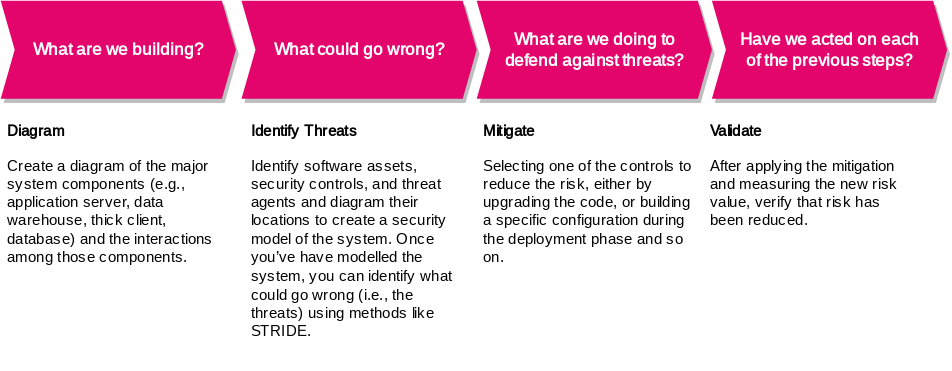
Before: threat-modelling/src/assets/threat-modelling-howto.svg, a diagram exported from draw.io (ToastShaman/zuhlke-camp-2022). Source tidied: cells renumbered, new cells last; positions are measured from the earlier drawing's top-left corner, leaving out a move shared by most shapes. Source of this version:
```xml
<mxGraphModel>
  <root>
    <mxCell id="0" />
    <mxCell id="1" parent="0" />
    <mxCell id="2" value="&lt;span&gt;What are we building?&lt;/span&gt;" style="html=1;shadow=1;dashed=0;align=center;verticalAlign=middle;shape=mxgraph.arrows2.arrow;dy=0;dx=10;notch=10;fillColor=#E3056C;strokeColor=none;fontColor=#FFFFFF;fontFamily=Inter;fontSource=https%3A%2F%2Ffonts.googleapis.com%2Fcss%3Ffamily%3DInter;fontStyle=1;" parent="1" vertex="1">
      <mxGeometry width="168" height="70" as="geometry" />
    </mxCell>
    <mxCell id="3" value="&lt;b&gt;What could go wrong?&lt;/b&gt;" style="html=1;shadow=1;dashed=0;align=center;verticalAlign=middle;shape=mxgraph.arrows2.arrow;dy=0;dx=10;notch=10;fillColor=#E3056C;strokeColor=none;fontColor=#FFFFFF;fontFamily=Inter;fontSource=https%3A%2F%2Ffonts.googleapis.com%2Fcss%3Ffamily%3DInter;" parent="1" vertex="1">
      <mxGeometry x="172" width="168" height="70" as="geometry" />
    </mxCell>
    <mxCell id="4" value="&lt;b&gt;What are we doing to &lt;br&gt;defend against threats?&lt;/b&gt;" style="html=1;shadow=1;dashed=0;align=center;verticalAlign=middle;shape=mxgraph.arrows2.arrow;dy=0;dx=10;notch=10;fillColor=#E3056C;strokeColor=none;fontColor=#FFFFFF;fontFamily=Inter;fontSource=https%3A%2F%2Ffonts.googleapis.com%2Fcss%3Ffamily%3DInter;" parent="1" vertex="1">
      <mxGeometry x="340" width="168" height="70" as="geometry" />
    </mxCell>
    <mxCell id="5" value="&lt;b&gt;Have we acted on each &lt;br&gt;of the previous steps?&lt;/b&gt;" style="html=1;shadow=1;dashed=0;align=center;verticalAlign=middle;shape=mxgraph.arrows2.arrow;dy=0;dx=10;notch=10;fillColor=#E3056C;strokeColor=none;fontColor=#FFFFFF;fontFamily=Inter;fontSource=https%3A%2F%2Ffonts.googleapis.com%2Fcss%3Ffamily%3DInter;" parent="1" vertex="1">
      <mxGeometry x="508" width="168" height="70" as="geometry" />
    </mxCell>
    <mxCell id="6" value="&lt;h1 style=&quot;font-size: 11px;&quot;&gt;Diagram&lt;br style=&quot;font-size: 11px;&quot;&gt;&lt;/h1&gt;&lt;p style=&quot;font-size: 11px;&quot;&gt;Create a diagram of the major system components (e.g., application server, data warehouse, thick client, database) and the interactions among those components.&lt;/p&gt;" style="text;html=1;strokeColor=none;fillColor=none;spacing=5;spacingTop=-20;whiteSpace=wrap;overflow=hidden;rounded=0;shadow=1;fontSize=11;fontFamily=Inter;fontSource=https%3A%2F%2Ffonts.googleapis.com%2Fcss%3Ffamily%3DInter;labelBackgroundColor=none;" parent="1" vertex="1">
      <mxGeometry y="90" width="158" height="150" as="geometry" />
    </mxCell>
    <mxCell id="7" value="&lt;h1 style=&quot;font-size: 11px;&quot;&gt;Identify Threats&lt;br style=&quot;font-size: 11px;&quot;&gt;&lt;/h1&gt;&lt;p&gt;Identify software assets, security controls, and threat agents and diagram their locations to create a security model of the system. Once you’ve have modelled the system, you can identify what could go wrong (i.e., the threats) using methods like STRIDE.&lt;/p&gt;&lt;p&gt;&lt;br&gt;&lt;/p&gt;" style="text;html=1;strokeColor=none;fillColor=none;spacing=5;spacingTop=-20;whiteSpace=wrap;overflow=hidden;rounded=0;shadow=1;fontSize=11;fontFamily=Inter;fontSource=https%3A%2F%2Ffonts.googleapis.com%2Fcss%3Ffamily%3DInter;labelBackgroundColor=none;" parent="1" vertex="1">
      <mxGeometry x="174.2" y="90" width="153.8" height="170" as="geometry" />
    </mxCell>
    <mxCell id="8" value="&lt;h1 style=&quot;font-size: 11px;&quot;&gt;Mitigate&lt;br style=&quot;font-size: 11px;&quot;&gt;&lt;/h1&gt;&lt;p style=&quot;font-size: 11px;&quot;&gt;Selecting one of the controls to reduce the risk, either by upgrading the code, or building a specific configuration during the deployment phase and so on.&lt;/p&gt;" style="text;html=1;strokeColor=none;fillColor=none;spacing=5;spacingTop=-20;whiteSpace=wrap;overflow=hidden;rounded=0;shadow=1;fontSize=11;fontFamily=Inter;fontSource=https%3A%2F%2Ffonts.googleapis.com%2Fcss%3Ffamily%3DInter;labelBackgroundColor=none;" parent="1" vertex="1">
      <mxGeometry x="340" y="90" width="158" height="130" as="geometry" />
    </mxCell>
    <mxCell id="9" value="&lt;h1 style=&quot;font-size: 11px;&quot;&gt;Validate&lt;br style=&quot;font-size: 11px;&quot;&gt;&lt;/h1&gt;&lt;p&gt;After applying the mitigation and measuring the new risk value, verify that risk has been reduced.&lt;/p&gt;&lt;p&gt;&lt;br&gt;&lt;/p&gt;" style="text;html=1;strokeColor=none;fillColor=none;spacing=5;spacingTop=-20;whiteSpace=wrap;overflow=hidden;rounded=0;shadow=1;fontSize=11;fontFamily=Inter;fontSource=https%3A%2F%2Ffonts.googleapis.com%2Fcss%3Ffamily%3DInter;labelBackgroundColor=none;" parent="1" vertex="1">
      <mxGeometry x="501.8" y="90" width="156.2" height="110" as="geometry" />
    </mxCell>
  </root>
</mxGraphModel>
```
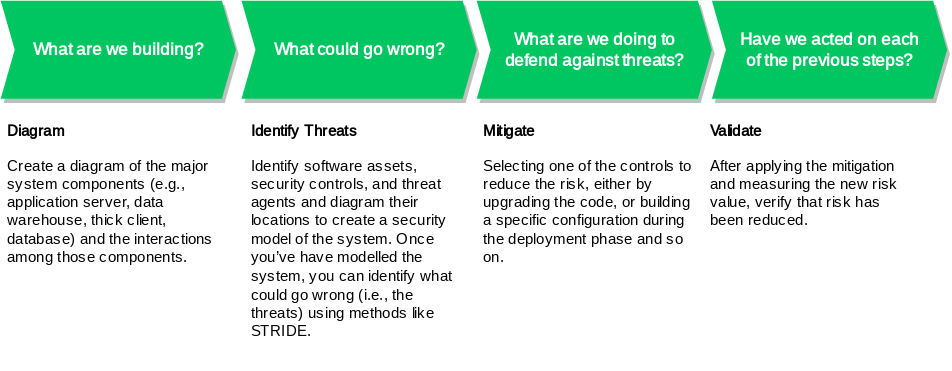
After the change.

Change to the diagram source:
```diff
@@ -2,28 +2,28 @@
   <root>
     <mxCell id="0" />
     <mxCell id="1" parent="0" />
-    <mxCell id="2" value="&lt;span&gt;What are we building?&lt;/span&gt;" style="html=1;shadow=1;dashed=0;align=center;verticalAlign=middle;shape=mxgraph.arrows2.arrow;dy=0;dx=10;notch=10;fillColor=#E3056C;strokeColor=none;fontColor=#FFFFFF;fontFamily=Inter;fontSource=https%3A%2F%2Ffonts.googleapis.com%2Fcss%3Ffamily%3DInter;fontStyle=1;" parent="1" vertex="1">
+    <mxCell id="2" value="&lt;span&gt;What are we building?&lt;/span&gt;" style="html=1;shadow=1;dashed=0;align=center;verticalAlign=middle;shape=mxgraph.arrows2.arrow;dy=0;dx=10;notch=10;fillColor=#00C661;strokeColor=none;fontColor=#FFFFFF;fontFamily=Merriweather Sans;fontSource=https%3A%2F%2Ffonts.googleapis.com%2Fcss%3Ffamily%3DMerriweather%2BSans;fontStyle=1;" parent="1" vertex="1">
       <mxGeometry width="168" height="70" as="geometry" />
     </mxCell>
-    <mxCell id="3" value="&lt;b&gt;What could go wrong?&lt;/b&gt;" style="html=1;shadow=1;dashed=0;align=center;verticalAlign=middle;shape=mxgraph.arrows2.arrow;dy=0;dx=10;notch=10;fillColor=#E3056C;strokeColor=none;fontColor=#FFFFFF;fontFamily=Inter;fontSource=https%3A%2F%2Ffonts.googleapis.com%2Fcss%3Ffamily%3DInter;" parent="1" vertex="1">
+    <mxCell id="3" value="&lt;b&gt;What could go wrong?&lt;/b&gt;" style="html=1;shadow=1;dashed=0;align=center;verticalAlign=middle;shape=mxgraph.arrows2.arrow;dy=0;dx=10;notch=10;fillColor=#00C661;strokeColor=none;fontColor=#FFFFFF;fontFamily=Merriweather Sans;fontSource=https%3A%2F%2Ffonts.googleapis.com%2Fcss%3Ffamily%3DMerriweather%2BSans;" parent="1" vertex="1">
       <mxGeometry x="172" width="168" height="70" as="geometry" />
     </mxCell>
-    <mxCell id="4" value="&lt;b&gt;What are we doing to &lt;br&gt;defend against threats?&lt;/b&gt;" style="html=1;shadow=1;dashed=0;align=center;verticalAlign=middle;shape=mxgraph.arrows2.arrow;dy=0;dx=10;notch=10;fillColor=#E3056C;strokeColor=none;fontColor=#FFFFFF;fontFamily=Inter;fontSource=https%3A%2F%2Ffonts.googleapis.com%2Fcss%3Ffamily%3DInter;" parent="1" vertex="1">
+    <mxCell id="4" value="&lt;b&gt;What are we doing to &lt;br&gt;defend against threats?&lt;/b&gt;" style="html=1;shadow=1;dashed=0;align=center;verticalAlign=middle;shape=mxgraph.arrows2.arrow;dy=0;dx=10;notch=10;fillColor=#00C661;strokeColor=none;fontColor=#FFFFFF;fontFamily=Merriweather Sans;fontSource=https%3A%2F%2Ffonts.googleapis.com%2Fcss%3Ffamily%3DMerriweather%2BSans;" parent="1" vertex="1">
       <mxGeometry x="340" width="168" height="70" as="geometry" />
     </mxCell>
-    <mxCell id="5" value="&lt;b&gt;Have we acted on each &lt;br&gt;of the previous steps?&lt;/b&gt;" style="html=1;shadow=1;dashed=0;align=center;verticalAlign=middle;shape=mxgraph.arrows2.arrow;dy=0;dx=10;notch=10;fillColor=#E3056C;strokeColor=none;fontColor=#FFFFFF;fontFamily=Inter;fontSource=https%3A%2F%2Ffonts.googleapis.com%2Fcss%3Ffamily%3DInter;" parent="1" vertex="1">
+    <mxCell id="5" value="&lt;b&gt;Have we acted on each &lt;br&gt;of the previous steps?&lt;/b&gt;" style="html=1;shadow=1;dashed=0;align=center;verticalAlign=middle;shape=mxgraph.arrows2.arrow;dy=0;dx=10;notch=10;fillColor=#00C661;strokeColor=none;fontColor=#FFFFFF;fontFamily=Merriweather Sans;fontSource=https%3A%2F%2Ffonts.googleapis.com%2Fcss%3Ffamily%3DMerriweather%2BSans;" parent="1" vertex="1">
       <mxGeometry x="508" width="168" height="70" as="geometry" />
     </mxCell>
-    <mxCell id="6" value="&lt;h1 style=&quot;font-size: 11px;&quot;&gt;Diagram&lt;br style=&quot;font-size: 11px;&quot;&gt;&lt;/h1&gt;&lt;p style=&quot;font-size: 11px;&quot;&gt;Create a diagram of the major system components (e.g., application server, data warehouse, thick client, database) and the interactions among those components.&lt;/p&gt;" style="text;html=1;strokeColor=none;fillColor=none;spacing=5;spacingTop=-20;whiteSpace=wrap;overflow=hidden;rounded=0;shadow=1;fontSize=11;fontFamily=Inter;fontSource=https%3A%2F%2Ffonts.googleapis.com%2Fcss%3Ffamily%3DInter;labelBackgroundColor=none;" parent="1" vertex="1">
+    <mxCell id="6" value="&lt;h1 style=&quot;font-size: 11px&quot;&gt;Diagram&lt;br style=&quot;font-size: 11px&quot;&gt;&lt;/h1&gt;&lt;p style=&quot;font-size: 11px&quot;&gt;Create a diagram of the major system components (e.g., application server, data warehouse, thick client, database) and the interactions among those components.&lt;/p&gt;" style="text;html=1;strokeColor=none;fillColor=none;spacing=5;spacingTop=-20;whiteSpace=wrap;overflow=hidden;rounded=0;shadow=1;fontSize=11;fontFamily=Merriweather Sans;fontSource=https%3A%2F%2Ffonts.googleapis.com%2Fcss%3Ffamily%3DMerriweather%2BSans;labelBackgroundColor=none;" parent="1" vertex="1">
       <mxGeometry y="90" width="158" height="150" as="geometry" />
     </mxCell>
-    <mxCell id="7" value="&lt;h1 style=&quot;font-size: 11px;&quot;&gt;Identify Threats&lt;br style=&quot;font-size: 11px;&quot;&gt;&lt;/h1&gt;&lt;p&gt;Identify software assets, security controls, and threat agents and diagram their locations to create a security model of the system. Once you’ve have modelled the system, you can identify what could go wrong (i.e., the threats) using methods like STRIDE.&lt;/p&gt;&lt;p&gt;&lt;br&gt;&lt;/p&gt;" style="text;html=1;strokeColor=none;fillColor=none;spacing=5;spacingTop=-20;whiteSpace=wrap;overflow=hidden;rounded=0;shadow=1;fontSize=11;fontFamily=Inter;fontSource=https%3A%2F%2Ffonts.googleapis.com%2Fcss%3Ffamily%3DInter;labelBackgroundColor=none;" parent="1" vertex="1">
+    <mxCell id="7" value="&lt;h1 style=&quot;font-size: 11px;&quot;&gt;Identify Threats&lt;br style=&quot;font-size: 11px;&quot;&gt;&lt;/h1&gt;&lt;p&gt;Identify software assets, security controls, and threat agents and diagram their locations to create a security model of the system. Once you’ve have modelled the system, you can identify what could go wrong (i.e., the threats) using methods like STRIDE.&lt;/p&gt;&lt;p&gt;&lt;br&gt;&lt;/p&gt;" style="text;html=1;strokeColor=none;fillColor=none;spacing=5;spacingTop=-20;whiteSpace=wrap;overflow=hidden;rounded=0;shadow=1;fontSize=11;fontFamily=Merriweather Sans;fontSource=https%3A%2F%2Ffonts.googleapis.com%2Fcss%3Ffamily%3DMerriweather%2BSans;labelBackgroundColor=none;" parent="1" vertex="1">
       <mxGeometry x="174.2" y="90" width="153.8" height="170" as="geometry" />
     </mxCell>
-    <mxCell id="8" value="&lt;h1 style=&quot;font-size: 11px;&quot;&gt;Mitigate&lt;br style=&quot;font-size: 11px;&quot;&gt;&lt;/h1&gt;&lt;p style=&quot;font-size: 11px;&quot;&gt;Selecting one of the controls to reduce the risk, either by upgrading the code, or building a specific configuration during the deployment phase and so on.&lt;/p&gt;" style="text;html=1;strokeColor=none;fillColor=none;spacing=5;spacingTop=-20;whiteSpace=wrap;overflow=hidden;rounded=0;shadow=1;fontSize=11;fontFamily=Inter;fontSource=https%3A%2F%2Ffonts.googleapis.com%2Fcss%3Ffamily%3DInter;labelBackgroundColor=none;" parent="1" vertex="1">
+    <mxCell id="8" value="&lt;h1 style=&quot;font-size: 11px;&quot;&gt;Mitigate&lt;br style=&quot;font-size: 11px;&quot;&gt;&lt;/h1&gt;&lt;p style=&quot;font-size: 11px;&quot;&gt;Selecting one of the controls to reduce the risk, either by upgrading the code, or building a specific configuration during the deployment phase and so on.&lt;/p&gt;" style="text;html=1;strokeColor=none;fillColor=none;spacing=5;spacingTop=-20;whiteSpace=wrap;overflow=hidden;rounded=0;shadow=1;fontSize=11;fontFamily=Merriweather Sans;fontSource=https%3A%2F%2Ffonts.googleapis.com%2Fcss%3Ffamily%3DMerriweather%2BSans;labelBackgroundColor=none;" parent="1" vertex="1">
       <mxGeometry x="340" y="90" width="158" height="130" as="geometry" />
     </mxCell>
-    <mxCell id="9" value="&lt;h1 style=&quot;font-size: 11px;&quot;&gt;Validate&lt;br style=&quot;font-size: 11px;&quot;&gt;&lt;/h1&gt;&lt;p&gt;After applying the mitigation and measuring the new risk value, verify that risk has been reduced.&lt;/p&gt;&lt;p&gt;&lt;br&gt;&lt;/p&gt;" style="text;html=1;strokeColor=none;fillColor=none;spacing=5;spacingTop=-20;whiteSpace=wrap;overflow=hidden;rounded=0;shadow=1;fontSize=11;fontFamily=Inter;fontSource=https%3A%2F%2Ffonts.googleapis.com%2Fcss%3Ffamily%3DInter;labelBackgroundColor=none;" parent="1" vertex="1">
+    <mxCell id="9" value="&lt;h1 style=&quot;font-size: 11px;&quot;&gt;Validate&lt;br style=&quot;font-size: 11px;&quot;&gt;&lt;/h1&gt;&lt;p&gt;After applying the mitigation and measuring the new risk value, verify that risk has been reduced.&lt;/p&gt;&lt;p&gt;&lt;br&gt;&lt;/p&gt;" style="text;html=1;strokeColor=none;fillColor=none;spacing=5;spacingTop=-20;whiteSpace=wrap;overflow=hidden;rounded=0;shadow=1;fontSize=11;fontFamily=Merriweather Sans;fontSource=https%3A%2F%2Ffonts.googleapis.com%2Fcss%3Ffamily%3DMerriweather%2BSans;labelBackgroundColor=none;" parent="1" vertex="1">
       <mxGeometry x="501.8" y="90" width="156.2" height="110" as="geometry" />
     </mxCell>
   </root>
```
